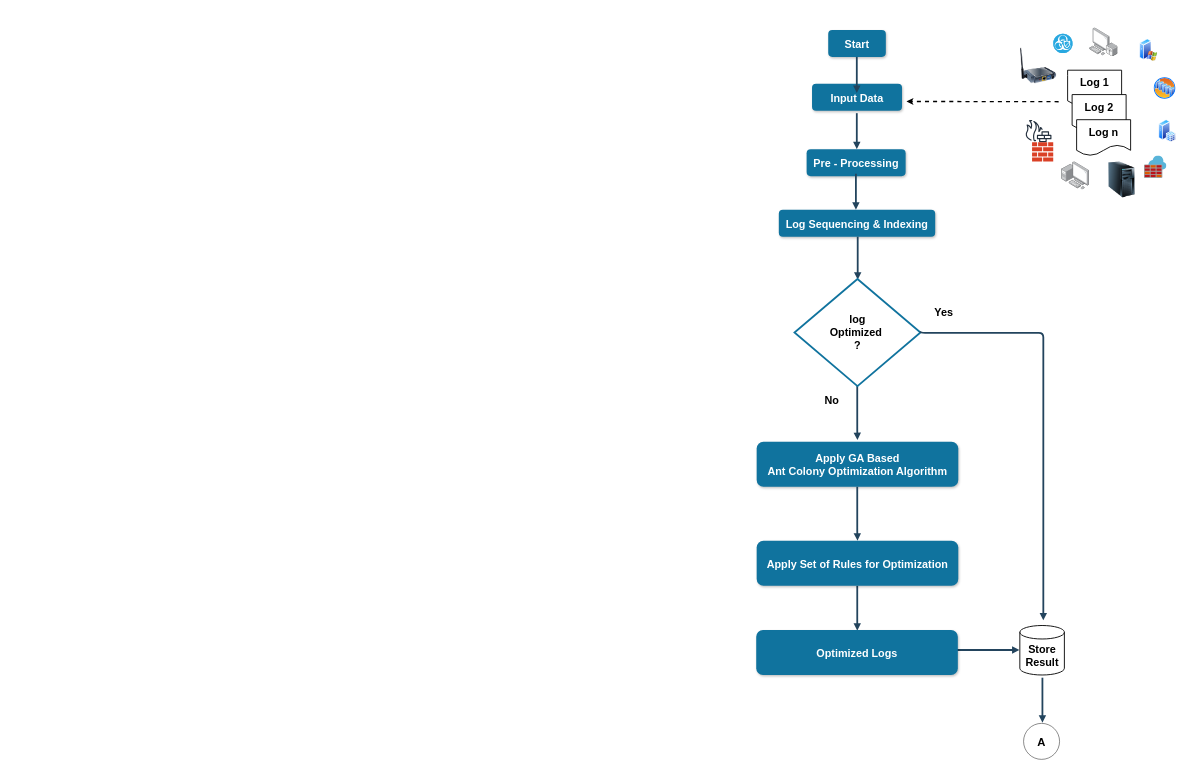
Sjbill/Vishal-Deepfake-Dataset keeps this draw.io diagram as Part B.drawio. Above is the earlier version. Source tidied: cells renumbered, new cells numbered last; positions are measured from the earlier drawing's top-left corner, leaving out a move shared by most shapes. Both pictures are drawn from the tidied source at 45%, with x=0, y=0 at pixel (756, 27).
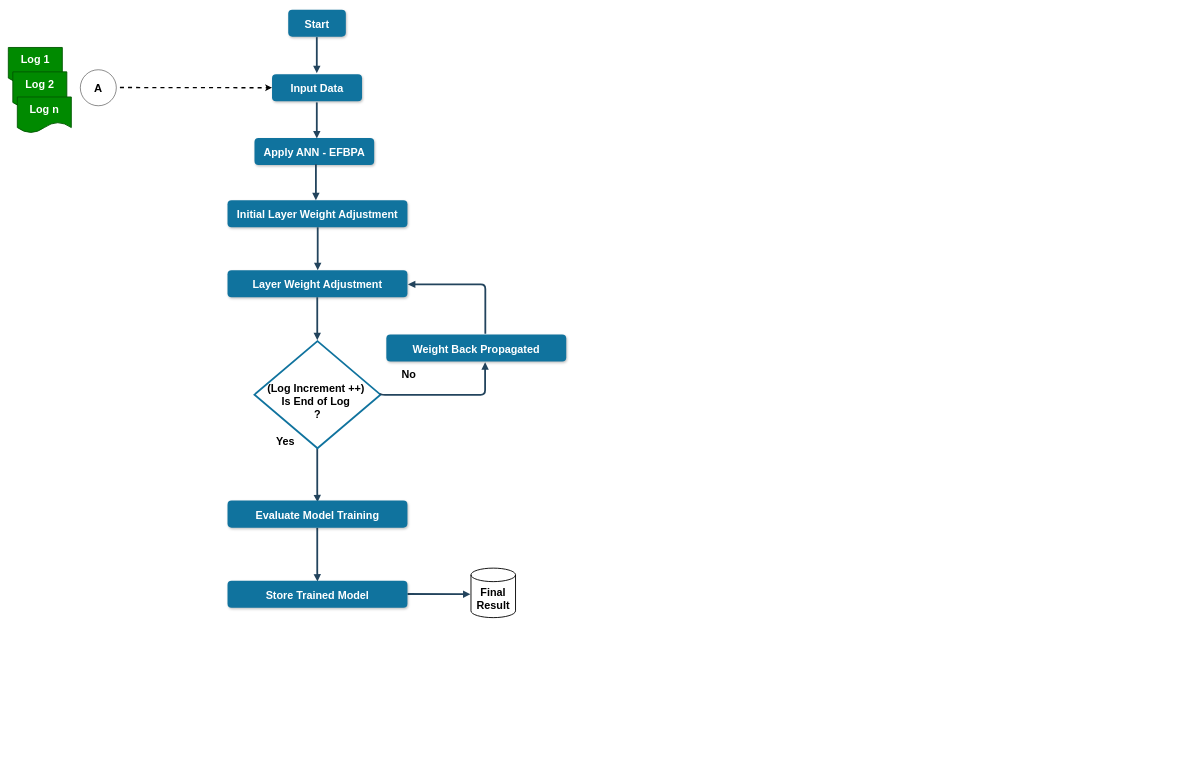
The same diagram, later.

The edit, as a diff of the source:
```diff
@@
-    <mxCell id="2" value="Pre - Processing" style="rounded=1;fillColor=#10739E;strokeColor=none;shadow=1;gradientColor=none;fontStyle=1;fontColor=#FFFFFF;fontSize=24;" parent="1" vertex="1">
-      <mxGeometry x="112" y="270" width="220" height="60" as="geometry" />
+    <mxCell id="2" value="Apply ANN - EFBPA" style="rounded=1;fillColor=#10739E;strokeColor=none;shadow=1;gradientColor=none;fontStyle=1;fontColor=#FFFFFF;fontSize=24;" parent="1" vertex="1">
+      <mxGeometry x="-1115" y="245" width="266" height="60" as="geometry" />
     </mxCell>
-    <mxCell id="3" value="Log Sequencing &amp; Indexing" style="rounded=1;fillColor=#10739E;strokeColor=none;shadow=1;gradientColor=none;fontStyle=1;fontColor=#FFFFFF;fontSize=24;" parent="1" vertex="1">
-      <mxGeometry x="50.2" y="404.5" width="347.5" height="60" as="geometry" />
+    <mxCell id="3" value="Initial Layer Weight Adjustment" style="rounded=1;fillColor=#10739E;strokeColor=none;shadow=1;gradientColor=none;fontStyle=1;fontColor=#FFFFFF;fontSize=24;" parent="1" vertex="1">
+      <mxGeometry x="-1174.9" y="383.5" width="399.8" height="60" as="geometry" />
     </mxCell>
     <mxCell id="4" style="edgeStyle=elbowEdgeStyle;elbow=vertical;strokeWidth=4;endArrow=block;endFill=1;fontStyle=1;strokeColor=#23445D;fontSize=24;" parent="1" edge="1">
       <mxGeometry x="22" y="165.5" as="geometry">
-        <mxPoint x="225.5" y="464.5" as="sourcePoint" />
-        <mxPoint x="226" y="560" as="targetPoint" />
+        <mxPoint x="-974.5" y="443.5" as="sourcePoint" />
+        <mxPoint x="-974" y="539" as="targetPoint" />
         <Array as="points">
-          <mxPoint x="105.5" y="560" />
+          <mxPoint x="-1094.5" y="539" />
         </Array>
       </mxGeometry>
     </mxCell>
-    <mxCell id="5" value="&lt;b style=&quot;font-size: 24px;&quot;&gt;Log 1&lt;/b&gt;" style="shape=document;whiteSpace=wrap;html=1;boundedLbl=1;strokeWidth=2;fontSize=24;" parent="1" vertex="1">
-      <mxGeometry x="692" y="94.5" width="120" height="80" as="geometry" />
+    <mxCell id="5" value="&lt;b style=&quot;font-size: 24px;&quot;&gt;Log 1&lt;/b&gt;" style="shape=document;whiteSpace=wrap;html=1;boundedLbl=1;strokeWidth=2;fontSize=24;fillColor=#008a00;fontColor=#ffffff;strokeColor=#005700;" parent="1" vertex="1">
+      <mxGeometry x="-1662" y="44" width="120" height="80" as="geometry" />
     </mxCell>
-    <mxCell id="6" value="&lt;b style=&quot;font-size: 24px;&quot;&gt;Log 2&lt;/b&gt;" style="shape=document;whiteSpace=wrap;html=1;boundedLbl=1;strokeWidth=2;fontSize=24;" parent="1" vertex="1">
-      <mxGeometry x="702" y="148.7" width="120" height="80" as="geometry" />
+    <mxCell id="6" value="&lt;b style=&quot;font-size: 24px;&quot;&gt;Log 2&lt;/b&gt;" style="shape=document;whiteSpace=wrap;html=1;boundedLbl=1;strokeWidth=2;fontSize=24;fillColor=#008a00;fontColor=#ffffff;strokeColor=#005700;" parent="1" vertex="1">
+      <mxGeometry x="-1652" y="98.2" width="120" height="80" as="geometry" />
     </mxCell>
     <mxCell id="7" style="endArrow=classic;html=1;rounded=0;entryX=1;entryY=0.5;entryDx=0;entryDy=0;dashed=1;strokeWidth=3;fontSize=24;" parent="1" edge="1">
       <mxGeometry relative="1" as="geometry">
-        <mxPoint x="672" y="164.5" as="sourcePoint" />
-        <mxPoint x="334" y="164" as="targetPoint" />
+        <mxPoint x="-1414" y="133" as="sourcePoint" />
+        <mxPoint x="-1076" y="133.5" as="targetPoint" />
       </mxGeometry>
     </mxCell>
     <mxCell id="8" value="Input Data" style="rounded=1;fillColor=#10739E;strokeColor=none;shadow=1;gradientColor=none;fontStyle=1;fontColor=#FFFFFF;fontSize=24;" parent="1" vertex="1">
-      <mxGeometry x="124" y="124.5" width="200" height="60" as="geometry" />
+      <mxGeometry x="-1076" y="103.5" width="200" height="60" as="geometry" />
     </mxCell>
     <mxCell id="9" style="edgeStyle=elbowEdgeStyle;elbow=vertical;strokeWidth=4;endArrow=block;endFill=1;fontStyle=1;strokeColor=#23445D;fontSize=24;" parent="1" edge="1">
       <mxGeometry x="22" y="165.5" as="geometry">
-        <mxPoint x="223.5" y="190" as="sourcePoint" />
-        <mxPoint x="223.5" y="270" as="targetPoint" />
+        <mxPoint x="-976.5" y="166" as="sourcePoint" />
+        <mxPoint x="-976.5" y="246" as="targetPoint" />
       </mxGeometry>
     </mxCell>
     <mxCell id="10" value="Start" style="rounded=1;fillColor=#10739E;strokeColor=none;shadow=1;gradientColor=none;fontStyle=1;fontColor=#FFFFFF;fontSize=24;" parent="1" vertex="1">
-      <mxGeometry x="160" y="5" width="128" height="60" as="geometry" />
+      <mxGeometry x="-1040" y="-40" width="128" height="60" as="geometry" />
     </mxCell>
     <mxCell id="11" style="edgeStyle=elbowEdgeStyle;elbow=vertical;strokeWidth=4;endArrow=block;endFill=1;fontStyle=1;strokeColor=#23445D;fontSize=24;" parent="1" edge="1">
       <mxGeometry x="22" y="165.5" as="geometry">
-        <mxPoint x="223.5" y="65" as="sourcePoint" />
-        <mxPoint x="223.5" y="145" as="targetPoint" />
+        <mxPoint x="-976.5" y="21" as="sourcePoint" />
+        <mxPoint x="-976.5" y="101" as="targetPoint" />
       </mxGeometry>
     </mxCell>
     <mxCell id="12" style="edgeStyle=elbowEdgeStyle;elbow=vertical;strokeWidth=4;endArrow=block;endFill=1;fontStyle=1;strokeColor=#23445D;fontSize=24;" parent="1" edge="1">
       <mxGeometry x="22" y="165.5" as="geometry">
-        <mxPoint x="224.5" y="796.5" as="sourcePoint" />
-        <mxPoint x="225" y="916.5" as="targetPoint" />
+        <mxPoint x="-975.5" y="934.5" as="sourcePoint" />
+        <mxPoint x="-975" y="1054.5" as="targetPoint" />
         <Array as="points">
-          <mxPoint x="213" y="896.5" />
+          <mxPoint x="-987" y="1034.5" />
         </Array>
       </mxGeometry>
     </mxCell>
     <mxCell id="13" value="&lt;b style=&quot;font-size: 24px;&quot;&gt;Yes&lt;/b&gt;" style="text;html=1;align=center;verticalAlign=middle;whiteSpace=wrap;rounded=0;fontSize=24;" parent="1" vertex="1">
-      <mxGeometry x="387" y="619" width="60" height="30" as="geometry" />
+      <mxGeometry x="-1076" y="904.5" width="60" height="30" as="geometry" />
     </mxCell>
-    <mxCell id="14" style="edgeStyle=elbowEdgeStyle;elbow=vertical;strokeWidth=4;endArrow=block;endFill=1;fontStyle=1;strokeColor=#23445D;fontSize=24;" parent="1" edge="1">
-      <mxGeometry x="22" y="165.5" as="geometry">
-        <mxPoint x="224.5" y="1240" as="sourcePoint" />
-        <mxPoint x="224.5" y="1340" as="targetPoint" />
-      </mxGeometry>
-    </mxCell>
     <mxCell id="15" value="&lt;b style=&quot;font-size: 24px;&quot;&gt;No&lt;/b&gt;" style="text;html=1;align=center;verticalAlign=middle;whiteSpace=wrap;rounded=0;fontSize=24;" parent="1" vertex="1">
-      <mxGeometry x="138" y="813.5" width="60" height="30" as="geometry" />
+      <mxGeometry x="-802" y="757" width="60" height="30" as="geometry" />
     </mxCell>
-    <mxCell id="16" value="Apply GA Based&#10;Ant Colony Optimization Algorithm" style="rounded=1;fillColor=#10739E;strokeColor=none;shadow=1;gradientColor=none;fontStyle=1;fontColor=#FFFFFF;fontSize=24;" parent="1" vertex="1">
-      <mxGeometry x="1" y="920" width="448" height="100" as="geometry" />
-    </mxCell>
-    <mxCell id="17" style="image;html=1;align=center;shadow=0;dashed=0;image=img/lib/allied_telesis/computer_and_terminals/Personal_Computer_Wireless.svg;" parent="1" vertex="1">
-      <mxGeometry x="740.5" width="63" height="64.2" as="geometry" />
-    </mxCell>
-    <mxCell id="18" style="image;html=1;align=center;shadow=0;dashed=0;image=img/lib/allied_telesis/computer_and_terminals/Personal_Computer_with_Server.svg;" parent="1" vertex="1">
-      <mxGeometry x="678.1" y="297.5" width="62.4" height="62.4" as="geometry" />
-    </mxCell>
-    <mxCell id="19" style="image;html=1;image=img/lib/clip_art/computers/Server_Tower_128x128.png;" parent="1" vertex="1">
-      <mxGeometry x="772" y="297.5" width="80" height="80" as="geometry" />
-    </mxCell>
-    <mxCell id="20" style="image;perimeter=ellipsePerimeter;html=1;align=center;shadow=0;dashed=0;spacingTop=3;image=img/lib/active_directory/server_farm.svg;" parent="1" vertex="1">
-      <mxGeometry x="882.9" y="109.5" width="50" height="50" as="geometry" />
-    </mxCell>
-    <mxCell id="21" style="image;perimeter=ellipsePerimeter;html=1;align=center;shadow=0;dashed=0;spacingTop=3;image=img/lib/active_directory/sql_server.svg;" parent="1" vertex="1">
-      <mxGeometry x="894.4" y="204.5" width="38.5" height="50" as="geometry" />
-    </mxCell>
-    <mxCell id="22" style="image;perimeter=ellipsePerimeter;html=1;align=center;shadow=0;dashed=0;spacingTop=3;image=img/lib/active_directory/windows_server_2.svg;" parent="1" vertex="1">
-      <mxGeometry x="852" y="24.5" width="40" height="50" as="geometry" />
-    </mxCell>
-    <mxCell id="23" style="image;html=1;image=img/lib/clip_art/networking/Print_Server_Wireless_128x128.png;" parent="1" vertex="1">
-      <mxGeometry x="586.8" y="44.5" width="80" height="80" as="geometry" />
-    </mxCell>
-    <mxCell id="24" style="image;sketch=0;html=1;align=center;fontSize=12;image=img/lib/mscae/Azure_Firewall.svg;" parent="1" vertex="1">
-      <mxGeometry x="862" y="284.5" width="50" height="50" as="geometry" />
-    </mxCell>
-    <mxCell id="25" style="sketch=0;fontColor=#232F3E;gradientColor=none;fillColor=#232F3D;strokeColor=none;dashed=0;verticalLabelPosition=bottom;verticalAlign=top;align=center;html=1;fontSize=12;fontStyle=0;shape=mxgraph.aws4.generic_firewall;" parent="1" vertex="1">
-      <mxGeometry x="597.3" y="204.5" width="59.1" height="50" as="geometry" />
-    </mxCell>
-    <mxCell id="26" style="sketch=0;shadow=0;dashed=0;html=1;strokeColor=none;labelPosition=center;verticalLabelPosition=bottom;verticalAlign=top;align=center;shape=mxgraph.office.concepts.firewall;fillColor=#DA4026;" parent="1" vertex="1">
-      <mxGeometry x="613" y="254.5" width="47" height="43" as="geometry" />
-    </mxCell>
-    <mxCell id="27" style="fillColor=#28A8E0;verticalLabelPosition=bottom;sketch=0;html=1;strokeColor=#ffffff;verticalAlign=top;align=center;shape=mxgraph.cisco_safe.compositeIcon;bgIcon=ellipse;resIcon=mxgraph.cisco_safe.capability.anti_virus;" parent="1" vertex="1">
-      <mxGeometry x="660" y="13.5" width="43" height="43" as="geometry" />
-    </mxCell>
-    <mxCell id="28" value="&lt;b style=&quot;font-size: 24px;&quot;&gt;Log n&lt;/b&gt;" style="shape=document;whiteSpace=wrap;html=1;boundedLbl=1;strokeWidth=2;fontSize=24;" parent="1" vertex="1">
-      <mxGeometry x="712" y="204.5" width="120" height="80" as="geometry" />
+    <mxCell id="28" value="&lt;b style=&quot;font-size: 24px;&quot;&gt;Log n&lt;/b&gt;" style="shape=document;whiteSpace=wrap;html=1;boundedLbl=1;strokeWidth=2;fontSize=24;fillColor=#008a00;fontColor=#ffffff;strokeColor=#005700;" parent="1" vertex="1">
+      <mxGeometry x="-1642" y="154" width="120" height="80" as="geometry" />
     </mxCell>
-    <mxCell id="29" value="&lt;b&gt;&amp;nbsp;log&amp;nbsp;&lt;/b&gt;&lt;div&gt;&lt;b&gt;Optimized&amp;nbsp;&lt;/b&gt;&lt;/div&gt;&lt;div&gt;&lt;b&gt;?&lt;/b&gt;&lt;/div&gt;" style="rhombus;whiteSpace=wrap;html=1;strokeWidth=4;strokeColor=#10739E;fontSize=24;" parent="1" vertex="1">
-      <mxGeometry x="85" y="558.5" width="280" height="238" as="geometry" />
+    <mxCell id="29" value="&lt;div&gt;&lt;b&gt;&lt;br&gt;&lt;/b&gt;&lt;/div&gt;&lt;div&gt;&lt;b&gt;(Log Increment ++)&amp;nbsp;&lt;/b&gt;&lt;/div&gt;&lt;div&gt;&lt;b style=&quot;background-color: transparent; color: light-dark(rgb(0, 0, 0), rgb(255, 255, 255));&quot;&gt;Is End of Log&amp;nbsp;&lt;/b&gt;&lt;/div&gt;&lt;div&gt;&lt;b&gt;?&lt;/b&gt;&lt;/div&gt;" style="rhombus;whiteSpace=wrap;html=1;strokeWidth=4;strokeColor=#10739E;fontSize=24;" parent="1" vertex="1">
+      <mxGeometry x="-1115" y="696.5" width="280" height="238" as="geometry" />
     </mxCell>
-    <mxCell id="30" style="edgeStyle=elbowEdgeStyle;elbow=vertical;strokeWidth=4;endArrow=block;endFill=1;fontStyle=1;strokeColor=#23445D;fontSize=24;exitX=1;exitY=0.5;exitDx=0;exitDy=0;" parent="1" edge="1">
-      <mxGeometry x="22" y="165.5" as="geometry">
-        <mxPoint x="365" y="674.5" as="sourcePoint" />
-        <mxPoint x="638" y="1317" as="targetPoint" />
-        <Array as="points">
-          <mxPoint x="600" y="678" />
-        </Array>
-      </mxGeometry>
-    </mxCell>
     <mxCell id="31" style="edgeStyle=elbowEdgeStyle;elbow=vertical;strokeWidth=4;endArrow=block;endFill=1;fontStyle=1;strokeColor=#23445D;fontSize=24;" parent="1" edge="1">
       <mxGeometry x="22" y="165.5" as="geometry">
-        <mxPoint x="224.5" y="1020" as="sourcePoint" />
-        <mxPoint x="225" y="1140" as="targetPoint" />
+        <mxPoint x="-975.5" y="1111" as="sourcePoint" />
+        <mxPoint x="-975" y="1231" as="targetPoint" />
         <Array as="points">
-          <mxPoint x="213" y="1120" />
+          <mxPoint x="-987" y="1211" />
         </Array>
       </mxGeometry>
     </mxCell>
-    <mxCell id="32" value="Apply Set of Rules for Optimization" style="rounded=1;fillColor=#10739E;strokeColor=none;shadow=1;gradientColor=none;fontStyle=1;fontColor=#FFFFFF;fontSize=24;" parent="1" vertex="1">
-      <mxGeometry x="1" y="1140" width="448" height="100" as="geometry" />
-    </mxCell>
     <mxCell id="33" style="edgeStyle=elbowEdgeStyle;elbow=vertical;strokeWidth=4;endArrow=block;endFill=1;fontStyle=1;strokeColor=#23445D;fontSize=24;" parent="1" edge="1">
       <mxGeometry x="22" y="165.5" as="geometry">
-        <mxPoint x="221.5" y="324.5" as="sourcePoint" />
-        <mxPoint x="221.5" y="404.5" as="targetPoint" />
+        <mxPoint x="-978.5" y="303.5" as="sourcePoint" />
+        <mxPoint x="-978.5" y="383.5" as="targetPoint" />
       </mxGeometry>
     </mxCell>
-    <mxCell id="34" value="&lt;b style=&quot;font-size: 24px;&quot;&gt;Store Result&lt;/b&gt;" style="shape=cylinder3;whiteSpace=wrap;html=1;boundedLbl=1;backgroundOutline=1;size=15;strokeWidth=2;fontSize=24;" parent="1" vertex="1">
-      <mxGeometry x="585.8" y="1328.5" width="99" height="110" as="geometry" />
+    <mxCell id="34" value="&lt;b style=&quot;font-size: 24px;&quot;&gt;Final Result&lt;/b&gt;" style="shape=cylinder3;whiteSpace=wrap;html=1;boundedLbl=1;backgroundOutline=1;size=15;strokeWidth=2;fontSize=24;" parent="1" vertex="1">
+      <mxGeometry x="-633.9" y="1201" width="99" height="110" as="geometry" />
     </mxCell>
     <mxCell id="35" style="edgeStyle=elbowEdgeStyle;elbow=vertical;strokeWidth=4;endArrow=block;endFill=1;fontStyle=1;strokeColor=#23445D;fontSize=24;" parent="1" edge="1">
       <mxGeometry x="22" y="165.5" as="geometry">
-        <mxPoint x="445" y="1383" as="sourcePoint" />
-        <mxPoint x="585" y="1383" as="targetPoint" />
+        <mxPoint x="-775.1" y="1258.5" as="sourcePoint" />
+        <mxPoint x="-635.1" y="1258.5" as="targetPoint" />
       </mxGeometry>
     </mxCell>
-    <mxCell id="36" value="Optimized Logs" style="rounded=1;fillColor=#10739E;strokeColor=none;shadow=1;gradientColor=none;fontStyle=1;fontColor=#FFFFFF;fontSize=24;" parent="1" vertex="1">
-      <mxGeometry y="1338.5" width="448" height="100" as="geometry" />
-    </mxCell>
-    <mxCell id="37" style="edgeStyle=elbowEdgeStyle;elbow=vertical;strokeWidth=4;endArrow=block;endFill=1;fontStyle=1;strokeColor=#23445D;fontSize=24;" parent="1" edge="1">
-      <mxGeometry x="22" y="165.5" as="geometry">
-        <mxPoint x="636" y="1444.5" as="sourcePoint" />
-        <mxPoint x="636" y="1544.5" as="targetPoint" />
-      </mxGeometry>
-    </mxCell>
     <mxCell id="38" value="&lt;b&gt;&lt;font style=&quot;font-size: 25px;&quot;&gt;A&lt;/font&gt;&lt;/b&gt;" style="ellipse;whiteSpace=wrap;html=1;" parent="1" vertex="1">
-      <mxGeometry x="594.1" y="1546" width="80" height="80" as="geometry" />
+      <mxGeometry x="-1502" y="93.5" width="80" height="80" as="geometry" />
     </mxCell>
+    <mxCell id="39" style="edgeStyle=elbowEdgeStyle;elbow=vertical;strokeWidth=4;endArrow=block;endFill=1;fontStyle=1;strokeColor=#23445D;fontSize=24;exitX=1;exitY=0.5;exitDx=0;exitDy=0;entryX=0.549;entryY=1.058;entryDx=0;entryDy=0;entryPerimeter=0;" parent="1" edge="1">
+      <mxGeometry x="22" y="165.5" as="geometry">
+        <mxPoint x="-835" y="812.5" as="sourcePoint" />
+        <mxPoint x="-602.5" y="743.5" as="targetPoint" />
+        <Array as="points">
+          <mxPoint x="-600" y="816" />
+        </Array>
+      </mxGeometry>
+    </mxCell>
+    <mxCell id="40" value="Weight Back Propagated" style="rounded=1;fillColor=#10739E;strokeColor=none;shadow=1;gradientColor=none;fontStyle=1;fontColor=#FFFFFF;fontSize=24;" parent="1" vertex="1">
+      <mxGeometry x="-822" y="682" width="399.8" height="60" as="geometry" />
+    </mxCell>
+    <mxCell id="41" value="Layer Weight Adjustment" style="rounded=1;fillColor=#10739E;strokeColor=none;shadow=1;gradientColor=none;fontStyle=1;fontColor=#FFFFFF;fontSize=24;" parent="1" vertex="1">
+      <mxGeometry x="-1174.9" y="539" width="399.8" height="60" as="geometry" />
+    </mxCell>
+    <mxCell id="42" style="edgeStyle=elbowEdgeStyle;elbow=vertical;strokeWidth=4;endArrow=block;endFill=1;fontStyle=1;strokeColor=#23445D;fontSize=24;" parent="1" edge="1">
+      <mxGeometry x="22" y="165.5" as="geometry">
+        <mxPoint x="-975.5" y="599" as="sourcePoint" />
+        <mxPoint x="-975" y="694.5" as="targetPoint" />
+        <Array as="points">
+          <mxPoint x="-1095.5" y="694.5" />
+        </Array>
+      </mxGeometry>
+    </mxCell>
+    <mxCell id="43" value="Evaluate Model Training" style="rounded=1;fillColor=#10739E;strokeColor=none;shadow=1;gradientColor=none;fontStyle=1;fontColor=#FFFFFF;fontSize=24;" parent="1" vertex="1">
+      <mxGeometry x="-1174.9" y="1051" width="399.8" height="60" as="geometry" />
+    </mxCell>
+    <mxCell id="44" value="Store Trained Model" style="rounded=1;fillColor=#10739E;strokeColor=none;shadow=1;gradientColor=none;fontStyle=1;fontColor=#FFFFFF;fontSize=24;" parent="1" vertex="1">
+      <mxGeometry x="-1174.9" y="1229" width="399.8" height="60" as="geometry" />
+    </mxCell>
+    <mxCell id="45" style="edgeStyle=elbowEdgeStyle;elbow=vertical;strokeWidth=4;endArrow=block;endFill=1;fontStyle=1;strokeColor=#23445D;fontSize=24;" parent="1" edge="1">
+      <mxGeometry x="22" y="165.5" as="geometry">
+        <mxPoint x="-602" y="680" as="sourcePoint" />
+        <mxPoint x="-773.9" y="570.5" as="targetPoint" />
+        <Array as="points">
+          <mxPoint x="-633.9" y="570.5" />
+        </Array>
+      </mxGeometry>
+    </mxCell>
```
